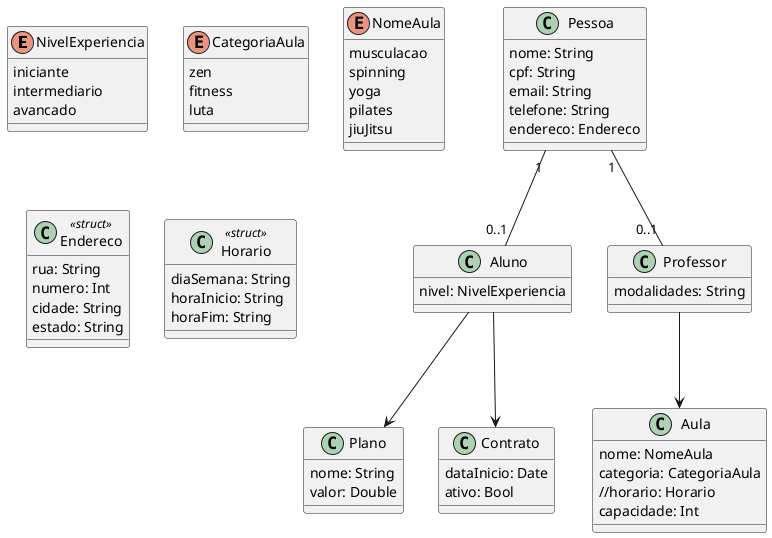
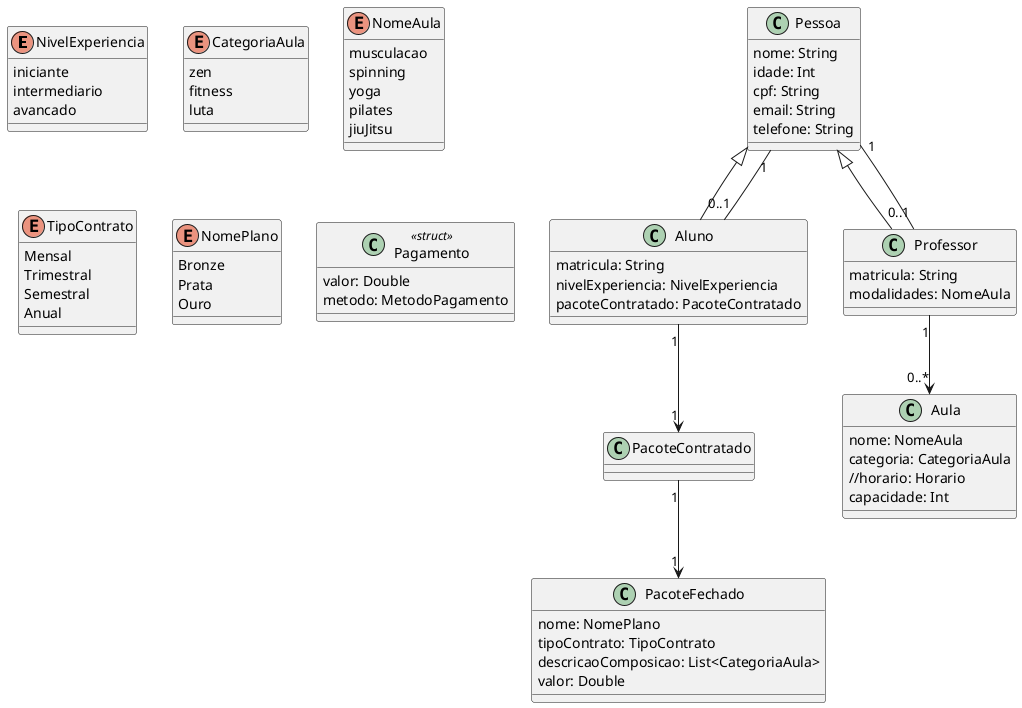
@startuml

' ===== ENUMS =====
enum NivelExperiencia {
  iniciante
  intermediario
  avancado
}

enum CategoriaAula {
    zen
    fitness
    luta
}

enum NomeAula {
  musculacao
  spinning
  yoga
  pilates
  jiuJitsu
}

- ' ===== STRUCTS  =====
- class Endereco <<struct>> {
-   rua: String
-   numero: Int
-   cidade: String
-   estado: String
+ enum TipoContrato {
+   Mensal
+   Trimestral
+   Semestral
+   Anual
}

- class Horario <<struct>> {
-   diaSemana: String
-   horaInicio: String
-   horaFim: String
+ enum NomePlano{
+     Bronze
+     Prata
+     Ouro
+ }
+ 
+ ' ===== STRUCTS  =====
+ 
+ class Pagamento <<struct>> {
+   valor: Double
+   metodo: MetodoPagamento
}

' ===== CLASSES =====
- class Pessoa {
-   nome: String
-   cpf: String
-   email: String
-   telefone: String
-   endereco: Endereco
- }
- 
- class Aluno {
-   nivel: NivelExperiencia
- }
- 
- class Professor {
-   modalidades: String
- }
- 
class Aula {
  nome: NomeAula
  categoria: CategoriaAula
  //horario: Horario
  capacidade: Int
}

- class Plano {
-   nome: String
+ class PacoteFechado {
+   nome: NomePlano
+   tipoContrato: TipoContrato
+   descricaoComposicao: List<CategoriaAula>
  valor: Double
}

- class Contrato {
-   dataInicio: Date
-   ativo: Bool
+ class Pessoa {
+   nome: String
+   idade: Int
+   cpf: String
+   email: String
+   telefone: String
}
+ 
+ class Aluno extends Pessoa {
+   matricula: String
+   nivelExperiencia: NivelExperiencia
+   pacoteContratado: PacoteContratado
+ }
+ 
+ class Professor extends Pessoa {
+   matricula: String
+   modalidades: NomeAula
+ }
+ 
+ 
+ 
+ 'class Contrato {
+ '  dataInicio: Date
+ '  ativo: Bool
+ '}

' ===== RELAÇÕES =====
Pessoa "1" -- "0..1" Aluno
Pessoa "1" -- "0..1" Professor

- Aluno --> Plano
- Aluno --> Contrato
+ Aluno "1" --> "1" PacoteContratado
+ PacoteContratado "1" --> "1" PacoteFechado

- Professor --> Aula
+ Professor "1" --> "0..*" Aula

@enduml